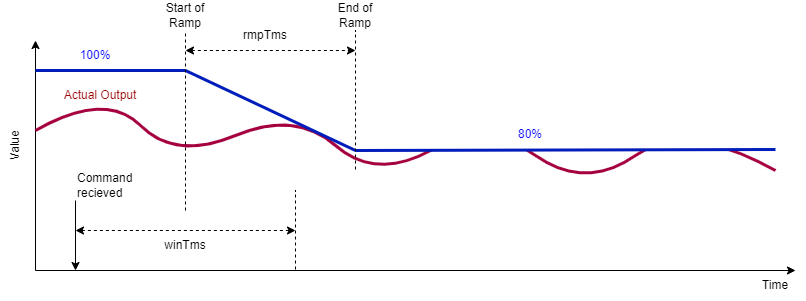
The draw.io diagram doc/genAttributes_smoothTransition.drawio.png in SmartgridReady/SGrSpecifications, before a commit. Source tidied: cells renumbered, new cells last; positions are measured from the earlier drawing's top-left corner, leaving out a move shared by most shapes.
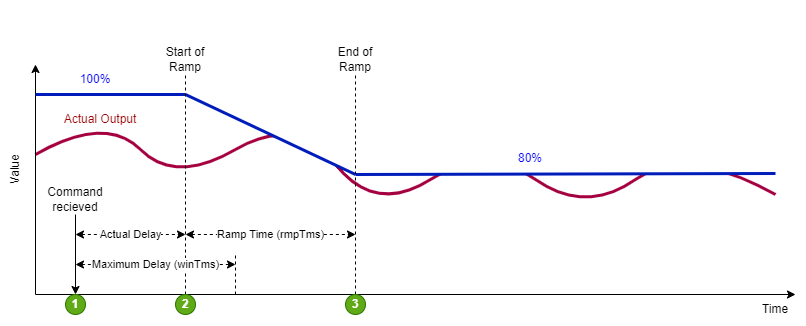
After the change.

Change to the diagram source:
```diff
@@ -2,6 +2,24 @@
   <root>
     <mxCell id="0" />
     <mxCell id="1" parent="0" />
+    <mxCell id="6" style="curved=1;endArrow=none;html=1;rounded=0;endFill=0;fillColor=#d80073;strokeColor=#A50040;strokeWidth=3;" parent="1" edge="1">
+      <mxGeometry relative="1" as="geometry">
+        <mxPoint x="50" y="130" as="sourcePoint" />
+        <mxPoint x="790" y="170" as="targetPoint" />
+        <Array as="points">
+          <mxPoint x="120" y="90" />
+          <mxPoint x="190" y="160" />
+          <mxPoint x="310" y="90" />
+          <mxPoint x="390" y="190" />
+          <mxPoint x="500" y="120" />
+          <mxPoint x="600" y="190" />
+          <mxPoint x="700" y="120" />
+        </Array>
+      </mxGeometry>
+    </mxCell>
+    <mxCell id="25" style="rounded=0;whiteSpace=wrap;html=1;strokeColor=none;rotation=25.4;" parent="1" vertex="1">
+      <mxGeometry x="118" y="33" width="280" height="60" as="geometry" />
+    </mxCell>
     <mxCell id="2" style="endArrow=classic;html=1;rounded=0;" parent="1" edge="1">
       <mxGeometry relative="1" as="geometry">
         <mxPoint x="50" y="270" as="sourcePoint" />
@@ -20,30 +38,12 @@
     <mxCell id="5" value="Time" style="text;html=1;strokeColor=none;fillColor=none;align=center;verticalAlign=middle;whiteSpace=wrap;rounded=0;rotation=0;" parent="1" vertex="1">
       <mxGeometry x="760" y="270" width="60" height="30" as="geometry" />
     </mxCell>
-    <mxCell id="6" style="curved=1;endArrow=none;html=1;rounded=0;endFill=0;fillColor=#d80073;strokeColor=#A50040;strokeWidth=3;" parent="1" edge="1">
-      <mxGeometry relative="1" as="geometry">
-        <mxPoint x="50" y="130" as="sourcePoint" />
-        <mxPoint x="790" y="170" as="targetPoint" />
-        <Array as="points">
-          <mxPoint x="120" y="90" />
-          <mxPoint x="190" y="160" />
-          <mxPoint x="310" y="110" />
-          <mxPoint x="390" y="180" />
-          <mxPoint x="500" y="120" />
-          <mxPoint x="600" y="190" />
-          <mxPoint x="700" y="120" />
-        </Array>
-      </mxGeometry>
-    </mxCell>
     <mxCell id="7" style="endArrow=none;html=1;rounded=0;strokeWidth=3;fillColor=#0050ef;strokeColor=#001DBC;" parent="1" edge="1">
       <mxGeometry relative="1" as="geometry">
         <mxPoint x="50" y="70" as="sourcePoint" />
         <mxPoint x="200" y="70" as="targetPoint" />
       </mxGeometry>
     </mxCell>
-    <mxCell id="8" value="rmpTms" style="text;html=1;strokeColor=none;fillColor=none;align=center;verticalAlign=middle;whiteSpace=wrap;rounded=0;" parent="1" vertex="1">
-      <mxGeometry x="240" y="20" width="80" height="30" as="geometry" />
-    </mxCell>
     <mxCell id="9" style="endArrow=none;html=1;rounded=0;strokeWidth=3;fillColor=#0050ef;strokeColor=#001DBC;" parent="1" edge="1">
       <mxGeometry relative="1" as="geometry">
         <mxPoint x="200" y="70" as="sourcePoint" />
@@ -58,53 +58,44 @@
         <mxPoint x="370" y="150" as="sourcePoint" />
       </mxGeometry>
     </mxCell>
-    <mxCell id="12" style="endArrow=none;dashed=1;html=1;strokeWidth=1;rounded=0;" parent="1" edge="1">
-      <mxGeometry relative="1" as="geometry">
-        <mxPoint x="200" y="210" as="sourcePoint" />
-        <mxPoint x="200" y="30" as="targetPoint" />
-      </mxGeometry>
+    <mxCell id="12" style="endArrow=none;dashed=1;html=1;strokeWidth=1;rounded=0;exitX=0.5;exitY=0;exitDx=0;exitDy=0;entryX=0.5;entryY=1;entryDx=0;entryDy=0;" parent="1" edge="1" source="27" target="17">
+      <mxGeometry relative="1" as="geometry" />
     </mxCell>
-    <mxCell id="13" style="endArrow=none;dashed=1;html=1;strokeWidth=1;rounded=0;" parent="1" edge="1">
-      <mxGeometry relative="1" as="geometry">
-        <mxPoint x="370" y="169" as="sourcePoint" />
-        <mxPoint x="370" y="30" as="targetPoint" />
-      </mxGeometry>
+    <mxCell id="13" style="endArrow=none;dashed=1;html=1;strokeWidth=1;rounded=0;exitX=0.5;exitY=0;exitDx=0;exitDy=0;" parent="1" edge="1" source="28" target="18">
+      <mxGeometry relative="1" as="geometry" />
     </mxCell>
-    <mxCell id="14" style="endArrow=classic;startArrow=classic;html=1;rounded=0;dashed=1;" parent="1" edge="1">
+    <mxCell id="14" value="Ramp Time (rmpTms)" style="endArrow=classic;startArrow=classic;html=1;rounded=0;dashed=1;" parent="1" edge="1">
       <mxGeometry relative="1" as="geometry">
-        <mxPoint x="200" y="50" as="sourcePoint" />
-        <mxPoint x="370" y="50" as="targetPoint" />
+        <mxPoint x="200" y="210" as="sourcePoint" />
+        <mxPoint x="370" y="210" as="targetPoint" />
       </mxGeometry>
     </mxCell>
-    <mxCell id="15" style="endArrow=classic;html=1;rounded=0;exitX=0;exitY=1;exitDx=0;exitDy=0;" parent="1" edge="1" source="16">
+    <mxCell id="15" style="endArrow=classic;html=1;rounded=0;exitX=0.5;exitY=1;exitDx=0;exitDy=0;" parent="1" edge="1" source="16">
       <mxGeometry relative="1" as="geometry">
         <mxPoint x="90" y="270" as="targetPoint" />
       </mxGeometry>
     </mxCell>
-    <mxCell id="16" value="Command recieved" style="text;html=1;strokeColor=none;fillColor=none;align=left;verticalAlign=middle;whiteSpace=wrap;rounded=0;" parent="1" vertex="1">
-      <mxGeometry x="90" y="170" width="80" height="30" as="geometry" />
+    <mxCell id="16" value="Command recieved" style="text;html=1;strokeColor=none;fillColor=none;align=center;verticalAlign=middle;whiteSpace=wrap;rounded=0;" parent="1" vertex="1">
+      <mxGeometry x="50" y="160" width="80" height="30" as="geometry" />
     </mxCell>
     <mxCell id="17" value="Start of Ramp" style="text;html=1;strokeColor=none;fillColor=none;align=center;verticalAlign=middle;whiteSpace=wrap;rounded=0;" parent="1" vertex="1">
-      <mxGeometry x="170" width="60" height="30" as="geometry" />
+      <mxGeometry x="170" y="20" width="60" height="30" as="geometry" />
     </mxCell>
     <mxCell id="18" value="End of Ramp" style="text;html=1;strokeColor=none;fillColor=none;align=center;verticalAlign=middle;whiteSpace=wrap;rounded=0;" parent="1" vertex="1">
-      <mxGeometry x="340" width="60" height="30" as="geometry" />
+      <mxGeometry x="340" y="20" width="60" height="30" as="geometry" />
     </mxCell>
     <mxCell id="19" style="endArrow=none;dashed=1;html=1;strokeWidth=1;rounded=0;" parent="1" edge="1">
       <mxGeometry relative="1" as="geometry">
-        <mxPoint x="310" y="269" as="sourcePoint" />
-        <mxPoint x="310" y="190" as="targetPoint" />
+        <mxPoint x="250" y="270" as="sourcePoint" />
+        <mxPoint x="250" y="230" as="targetPoint" />
       </mxGeometry>
     </mxCell>
-    <mxCell id="20" style="endArrow=classic;startArrow=classic;html=1;rounded=0;dashed=1;" parent="1" edge="1">
+    <mxCell id="20" value="Maximum Delay (winTms)" style="endArrow=classic;startArrow=classic;html=1;rounded=0;dashed=1;" parent="1" edge="1">
       <mxGeometry relative="1" as="geometry">
-        <mxPoint x="90" y="230" as="sourcePoint" />
-        <mxPoint x="310" y="230" as="targetPoint" />
+        <mxPoint x="90" y="240" as="sourcePoint" />
+        <mxPoint x="250" y="240" as="targetPoint" />
       </mxGeometry>
     </mxCell>
-    <mxCell id="21" value="winTms" style="text;html=1;strokeColor=none;fillColor=none;align=center;verticalAlign=middle;whiteSpace=wrap;rounded=0;" parent="1" vertex="1">
-      <mxGeometry x="160" y="230" width="80" height="30" as="geometry" />
-    </mxCell>
     <mxCell id="22" value="100%" style="text;html=1;strokeColor=none;fillColor=none;align=center;verticalAlign=middle;whiteSpace=wrap;rounded=0;fontColor=#0000FF;" parent="1" vertex="1">
       <mxGeometry x="80" y="40" width="60" height="30" as="geometry" />
     </mxCell>
@@ -114,5 +105,20 @@
     <mxCell id="24" value="Actual Output" style="text;html=1;strokeColor=none;fillColor=none;align=center;verticalAlign=middle;whiteSpace=wrap;rounded=0;fontColor=#990000;" parent="1" vertex="1">
       <mxGeometry x="70" y="80" width="90" height="30" as="geometry" />
     </mxCell>
+    <mxCell id="26" value="1" style="ellipse;whiteSpace=wrap;html=1;fillColor=#60a917;strokeColor=#2D7600;fontColor=#ffffff;fontStyle=1;" parent="1" vertex="1">
+      <mxGeometry x="80" y="270" width="20" height="20" as="geometry" />
+    </mxCell>
+    <mxCell id="27" value="2" style="ellipse;whiteSpace=wrap;html=1;fillColor=#60a917;strokeColor=#2D7600;fontColor=#ffffff;fontStyle=1;" parent="1" vertex="1">
+      <mxGeometry x="190" y="270" width="20" height="20" as="geometry" />
+    </mxCell>
+    <mxCell id="28" value="3" style="ellipse;whiteSpace=wrap;html=1;fillColor=#60a917;strokeColor=#2D7600;fontColor=#ffffff;fontStyle=1;" parent="1" vertex="1">
+      <mxGeometry x="360" y="270" width="20" height="20" as="geometry" />
+    </mxCell>
+    <mxCell id="29" value="Actual Delay" style="endArrow=classic;startArrow=classic;html=1;rounded=0;dashed=1;" parent="1" edge="1">
+      <mxGeometry relative="1" as="geometry">
+        <mxPoint x="90" y="210" as="sourcePoint" />
+        <mxPoint x="200" y="210" as="targetPoint" />
+      </mxGeometry>
+    </mxCell>
   </root>
 </mxGraphModel>
```
